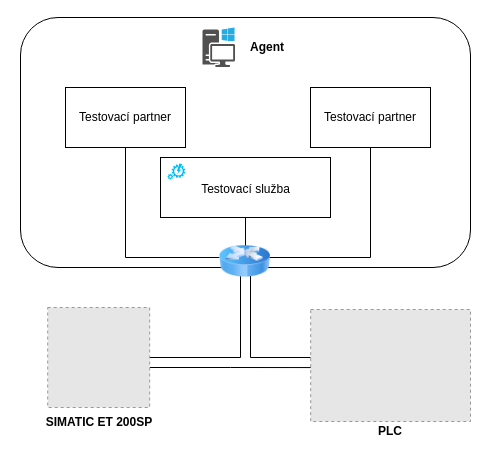
Before: assets/img/src/devicemodel/devicemodel.drawio in wheeeper/bachelors-thesis, a draw.io diagram. Source tidied: cells renumbered, new cells numbered last; positions are measured from the earlier drawing's top-left corner, leaving out a move shared by most shapes. Both pictures are drawn from the tidied source at 100%, with x=0, y=0 at pixel (20, 17). Pictures stored in the file or linked from it are replaced by grey dashed boxes.
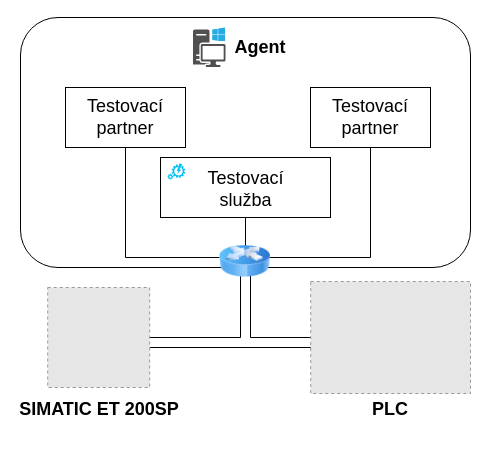
The same diagram, later.

The change refers to these unchanged cells:
```xml
<mxCell id="2" style="rounded=1;whiteSpace=wrap;html=1;" parent="1" vertex="1">
  <mxGeometry width="450" height="250" as="geometry" />
</mxCell>
```

Diff of the diagram source:
```diff
@@
     <mxCell id="3" style="shadow=0;dashed=0;html=1;strokeColor=none;fillColor=#505050;labelPosition=center;verticalLabelPosition=bottom;verticalAlign=top;align=center;shape=mxgraph.office.devices.workstation_pc;" parent="1" vertex="1">
-      <mxGeometry x="182" y="10" width="32.5" height="39.5" as="geometry" />
+      <mxGeometry x="172.5" y="10" width="32.5" height="39.5" as="geometry" />
     </mxCell>
@@
-    <mxCell id="6" value="Testovací partner" style="rounded=0;whiteSpace=wrap;html=1;fillColor=none;" parent="1" vertex="1">
+    <mxCell id="6" value="Testovací partner" style="rounded=0;whiteSpace=wrap;html=1;fillColor=none;fontSize=18;" parent="1" vertex="1">
       <mxGeometry x="45" y="70" width="120" height="60" as="geometry" />
     </mxCell>
@@
-    <mxCell id="8" value="Testovací partner" style="rounded=0;whiteSpace=wrap;html=1;fillColor=none;" parent="1" vertex="1">
+    <mxCell id="8" value="Testovací partner" style="rounded=0;whiteSpace=wrap;html=1;fillColor=none;fontSize=18;" parent="1" vertex="1">
       <mxGeometry x="290" y="70" width="120" height="60" as="geometry" />
     </mxCell>
     <mxCell id="9" style="edgeStyle=orthogonalEdgeStyle;rounded=0;jettySize=auto;html=1;entryX=0.5;entryY=1;entryDx=0;entryDy=0;endArrow=none;endFill=0;exitX=1;exitY=0.5;exitDx=0;exitDy=0;" parent="1" edge="1" source="11" target="2">
       <mxGeometry relative="1" as="geometry">
         <Array as="points">
-          <mxPoint x="220" y="340" />
+          <mxPoint x="220" y="320" />
           <mxPoint x="220" y="250" />
         </Array>
       </mxGeometry>
     </mxCell>
     <mxCell id="10" style="edgeStyle=orthogonalEdgeStyle;rounded=0;jettySize=auto;html=1;endArrow=none;endFill=0;" parent="1" edge="1" source="11">
       <mxGeometry relative="1" as="geometry">
         <mxPoint x="320" y="350.1" as="targetPoint" />
         <Array as="points">
-          <mxPoint x="210" y="350" />
-          <mxPoint x="210" y="350" />
+          <mxPoint x="320" y="330" />
         </Array>
       </mxGeometry>
     </mxCell>
     <mxCell id="11" style="fillColor=#E6E6E6;strokeColor=#999999;dashed=1;" parent="1" vertex="1">
-      <mxGeometry x="27.2" y="290" width="102" height="100" as="geometry" />
+      <mxGeometry x="27.2" y="270" width="102" height="100" as="geometry" />
     </mxCell>
     <mxCell id="12" style="edgeStyle=orthogonalEdgeStyle;rounded=0;jettySize=auto;html=1;endArrow=none;endFill=0;" parent="1" edge="1" source="19">
       <mxGeometry relative="1" as="geometry">
         <mxPoint x="230" y="250" as="targetPoint" />
         <Array as="points">
-          <mxPoint x="230" y="340" />
+          <mxPoint x="230" y="320" />
         </Array>
       </mxGeometry>
     </mxCell>
@@
-    <mxCell id="14" value="Agent" style="text;html=1;strokeColor=none;fillColor=none;align=center;verticalAlign=middle;whiteSpace=wrap;rounded=0;fontStyle=1;" parent="1" vertex="1">
-      <mxGeometry x="227" y="19.8" width="40" height="20" as="geometry" />
+    <mxCell id="14" value="Agent" style="text;html=1;strokeColor=none;fillColor=none;align=center;verticalAlign=middle;whiteSpace=wrap;rounded=0;fontStyle=1;fontSize=18;" parent="1" vertex="1">
+      <mxGeometry x="220" y="19.8" width="40" height="20" as="geometry" />
     </mxCell>
-    <mxCell id="15" value="SIMATIC ET 200SP" style="text;html=1;strokeColor=none;fillColor=none;align=center;verticalAlign=middle;whiteSpace=wrap;rounded=0;fontStyle=1;" parent="1" vertex="1">
-      <mxGeometry x="16.5" y="395" width="123.5" height="20" as="geometry" />
+    <mxCell id="15" value="SIMATIC ET 200SP" style="text;html=1;strokeColor=none;fillColor=none;align=center;verticalAlign=middle;whiteSpace=wrap;rounded=0;fontStyle=1;fontSize=18;" parent="1" vertex="1">
+      <mxGeometry x="-3.5" y="382" width="163.5" height="20" as="geometry" />
     </mxCell>
-    <mxCell id="16" value="PLC" style="text;html=1;strokeColor=none;fillColor=none;align=center;verticalAlign=middle;whiteSpace=wrap;rounded=0;fontStyle=1;" parent="1" vertex="1">
-      <mxGeometry x="350.1" y="404" width="40" height="20" as="geometry" />
+    <mxCell id="16" value="PLC" style="text;html=1;strokeColor=none;fillColor=none;align=center;verticalAlign=middle;whiteSpace=wrap;rounded=0;fontStyle=1;fontSize=18;" parent="1" vertex="1">
+      <mxGeometry x="350.1" y="382" width="40" height="20" as="geometry" />
     </mxCell>
@@
-    <mxCell id="18" value="Testovací služba" style="text;html=1;strokeColor=none;fillColor=none;align=center;verticalAlign=middle;whiteSpace=wrap;rounded=0;" parent="1" vertex="1">
+    <mxCell id="18" value="Testovací služba" style="text;html=1;strokeColor=none;fillColor=none;align=center;verticalAlign=middle;whiteSpace=wrap;rounded=0;fontSize=18;" parent="1" vertex="1">
       <mxGeometry x="172.5" y="162" width="105" height="20" as="geometry" />
     </mxCell>
     <mxCell id="19" style="fillColor=#E6E6E6;strokeColor=#999999;dashed=1;" parent="1" vertex="1">
-      <mxGeometry x="290.2" y="292" width="159.8" height="112" as="geometry" />
+      <mxGeometry x="290.2" y="264" width="159.8" height="112" as="geometry" />
     </mxCell>
```
